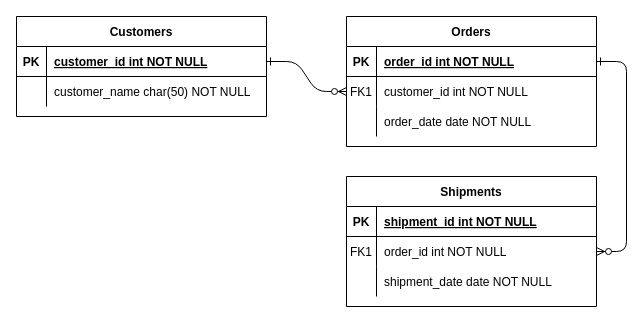
Earlier version of the draw.io diagram Diagrama sem nome.drawio (MateusRBS/ShiftExercise). Source tidied: cells renumbered, new cells numbered last; positions are measured from the earlier drawing's top-left corner, leaving out a move shared by most shapes. Both pictures are drawn from the tidied source at 100%, with x=0, y=0 at pixel (16, 16).
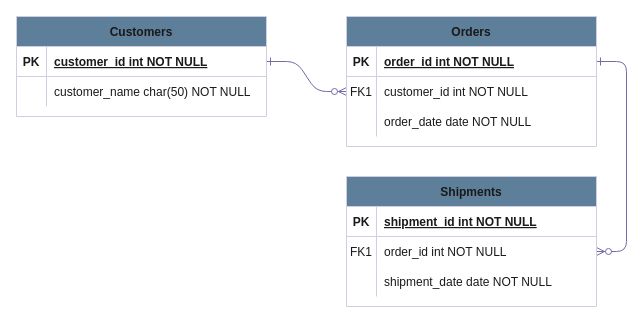
The same diagram, later.

Diff of the diagram source:
```diff
@@
-    <mxCell id="2" style="edgeStyle=entityRelationEdgeStyle;endArrow=ERzeroToMany;startArrow=ERone;endFill=1;startFill=0;" parent="1" edge="1" source="25" target="8">
+    <mxCell id="2" style="edgeStyle=entityRelationEdgeStyle;endArrow=ERzeroToMany;startArrow=ERone;endFill=1;startFill=0;labelBackgroundColor=none;fontColor=default;strokeColor=#736CA8;" parent="1" edge="1" source="25" target="8">
       <mxGeometry relative="1" as="geometry" />
     </mxCell>
-    <mxCell id="3" style="edgeStyle=entityRelationEdgeStyle;endArrow=ERzeroToMany;startArrow=ERone;endFill=1;startFill=0;" parent="1" edge="1" source="5" target="18">
+    <mxCell id="3" style="edgeStyle=entityRelationEdgeStyle;endArrow=ERzeroToMany;startArrow=ERone;endFill=1;startFill=0;labelBackgroundColor=none;fontColor=default;strokeColor=#736CA8;" parent="1" edge="1" source="5" target="18">
       <mxGeometry relative="1" as="geometry" />
     </mxCell>
-    <mxCell id="4" value="Orders" style="shape=table;startSize=30;childLayout=tableLayout;rowLines=0;fontStyle=1;align=center;" parent="1" vertex="1">
+    <mxCell id="4" value="Orders" style="shape=table;startSize=30;childLayout=tableLayout;rowLines=0;fontStyle=1;align=center;labelBackgroundColor=none;fillColor=#5D7F99;strokeColor=#D0CEE2;fontColor=#1A1A1A;" parent="1" vertex="1">
       <mxGeometry x="330" width="250" height="130" as="geometry" />
     </mxCell>
-    <mxCell id="5" style="shape=partialRectangle;fillColor=none;points=[[0,0.5],[1,0.5]];portConstraint=eastwest;top=0;left=0;right=0;bottom=1;" parent="4" vertex="1">
+    <mxCell id="5" style="shape=partialRectangle;fillColor=none;points=[[0,0.5],[1,0.5]];portConstraint=eastwest;top=0;left=0;right=0;bottom=1;labelBackgroundColor=none;strokeColor=#D0CEE2;fontColor=#1A1A1A;" parent="4" vertex="1">
       <mxGeometry y="30" width="250" height="30" as="geometry" />
     </mxCell>
-    <mxCell id="6" value="PK" style="shape=partialRectangle;overflow=hidden;fillColor=none;top=0;left=0;bottom=0;right=0;fontStyle=1;" parent="5" vertex="1">
+    <mxCell id="6" value="PK" style="shape=partialRectangle;overflow=hidden;fillColor=none;top=0;left=0;bottom=0;right=0;fontStyle=1;labelBackgroundColor=none;strokeColor=#D0CEE2;fontColor=#1A1A1A;" parent="5" vertex="1">
       <mxGeometry width="30" height="30" as="geometry" />
     </mxCell>
-    <mxCell id="7" value="order_id int NOT NULL " style="shape=partialRectangle;overflow=hidden;fillColor=none;top=0;left=0;bottom=0;right=0;align=left;spacingLeft=6;fontStyle=5;" parent="5" vertex="1">
+    <mxCell id="7" value="order_id int NOT NULL " style="shape=partialRectangle;overflow=hidden;fillColor=none;top=0;left=0;bottom=0;right=0;align=left;spacingLeft=6;fontStyle=5;labelBackgroundColor=none;strokeColor=#D0CEE2;fontColor=#1A1A1A;" parent="5" vertex="1">
       <mxGeometry x="30" width="220" height="30" as="geometry" />
     </mxCell>
-    <mxCell id="8" style="shape=partialRectangle;fillColor=none;points=[[0,0.5],[1,0.5]];portConstraint=eastwest;top=0;left=0;right=0;bottom=0;" parent="4" vertex="1">
+    <mxCell id="8" style="shape=partialRectangle;fillColor=none;points=[[0,0.5],[1,0.5]];portConstraint=eastwest;top=0;left=0;right=0;bottom=0;labelBackgroundColor=none;strokeColor=#D0CEE2;fontColor=#1A1A1A;" parent="4" vertex="1">
       <mxGeometry y="60" width="250" height="30" as="geometry" />
     </mxCell>
-    <mxCell id="9" value="FK1" style="shape=partialRectangle;overflow=hidden;fillColor=none;top=0;left=0;bottom=0;right=0;" parent="8" vertex="1">
+    <mxCell id="9" value="FK1" style="shape=partialRectangle;overflow=hidden;fillColor=none;top=0;left=0;bottom=0;right=0;labelBackgroundColor=none;strokeColor=#D0CEE2;fontColor=#1A1A1A;" parent="8" vertex="1">
       <mxGeometry width="30" height="30" as="geometry" />
     </mxCell>
-    <mxCell id="10" value="customer_id int NOT NULL" style="shape=partialRectangle;overflow=hidden;fillColor=none;top=0;left=0;bottom=0;right=0;align=left;spacingLeft=6;" parent="8" vertex="1">
+    <mxCell id="10" value="customer_id int NOT NULL" style="shape=partialRectangle;overflow=hidden;fillColor=none;top=0;left=0;bottom=0;right=0;align=left;spacingLeft=6;labelBackgroundColor=none;strokeColor=#D0CEE2;fontColor=#1A1A1A;" parent="8" vertex="1">
       <mxGeometry x="30" width="220" height="30" as="geometry" />
     </mxCell>
-    <mxCell id="11" style="shape=partialRectangle;fillColor=none;top=0;left=0;right=0;bottom=0;" parent="4" vertex="1">
+    <mxCell id="11" style="shape=partialRectangle;fillColor=none;top=0;left=0;right=0;bottom=0;labelBackgroundColor=none;strokeColor=#D0CEE2;fontColor=#1A1A1A;" parent="4" vertex="1">
       <mxGeometry y="90" width="250" height="30" as="geometry" />
     </mxCell>
-    <mxCell id="12" style="shape=partialRectangle;overflow=hidden;fillColor=none;top=0;left=0;bottom=0;right=0;" parent="11" vertex="1">
+    <mxCell id="12" style="shape=partialRectangle;overflow=hidden;fillColor=none;top=0;left=0;bottom=0;right=0;labelBackgroundColor=none;strokeColor=#D0CEE2;fontColor=#1A1A1A;" parent="11" vertex="1">
       <mxGeometry width="30" height="30" as="geometry" />
     </mxCell>
-    <mxCell id="13" value="order_date date NOT NULL" style="shape=partialRectangle;overflow=hidden;fillColor=none;top=0;left=0;bottom=0;right=0;align=left;spacingLeft=6;" parent="11" vertex="1">
+    <mxCell id="13" value="order_date date NOT NULL" style="shape=partialRectangle;overflow=hidden;fillColor=none;top=0;left=0;bottom=0;right=0;align=left;spacingLeft=6;labelBackgroundColor=none;strokeColor=#D0CEE2;fontColor=#1A1A1A;" parent="11" vertex="1">
       <mxGeometry x="30" width="220" height="30" as="geometry" />
     </mxCell>
-    <mxCell id="14" value="Shipments" style="shape=table;startSize=30;childLayout=tableLayout;rowLines=0;fontStyle=1;align=center;" parent="1" vertex="1">
+    <mxCell id="14" value="Shipments" style="shape=table;startSize=30;childLayout=tableLayout;rowLines=0;fontStyle=1;align=center;labelBackgroundColor=none;fillColor=#5D7F99;strokeColor=#D0CEE2;fontColor=#1A1A1A;" parent="1" vertex="1">
       <mxGeometry x="330" y="160" width="250" height="130" as="geometry" />
     </mxCell>
-    <mxCell id="15" style="shape=partialRectangle;fillColor=none;top=0;left=0;right=0;bottom=1;" parent="14" vertex="1">
+    <mxCell id="15" style="shape=partialRectangle;fillColor=none;top=0;left=0;right=0;bottom=1;labelBackgroundColor=none;strokeColor=#D0CEE2;fontColor=#1A1A1A;" parent="14" vertex="1">
       <mxGeometry y="30" width="250" height="30" as="geometry" />
     </mxCell>
-    <mxCell id="16" value="PK" style="shape=partialRectangle;overflow=hidden;fillColor=none;top=0;left=0;bottom=0;right=0;fontStyle=1;" parent="15" vertex="1">
+    <mxCell id="16" value="PK" style="shape=partialRectangle;overflow=hidden;fillColor=none;top=0;left=0;bottom=0;right=0;fontStyle=1;labelBackgroundColor=none;strokeColor=#D0CEE2;fontColor=#1A1A1A;" parent="15" vertex="1">
       <mxGeometry width="30" height="30" as="geometry" />
     </mxCell>
-    <mxCell id="17" value="shipment_id int NOT NULL " style="shape=partialRectangle;overflow=hidden;fillColor=none;top=0;left=0;bottom=0;right=0;align=left;spacingLeft=6;fontStyle=5;" parent="15" vertex="1">
+    <mxCell id="17" value="shipment_id int NOT NULL " style="shape=partialRectangle;overflow=hidden;fillColor=none;top=0;left=0;bottom=0;right=0;align=left;spacingLeft=6;fontStyle=5;labelBackgroundColor=none;strokeColor=#D0CEE2;fontColor=#1A1A1A;" parent="15" vertex="1">
       <mxGeometry x="30" width="220" height="30" as="geometry" />
     </mxCell>
-    <mxCell id="18" style="shape=partialRectangle;fillColor=none;points=[[0,0.5],[1,0.5]];portConstraint=eastwest;top=0;left=0;right=0;bottom=0;" parent="14" vertex="1">
+    <mxCell id="18" style="shape=partialRectangle;fillColor=none;points=[[0,0.5],[1,0.5]];portConstraint=eastwest;top=0;left=0;right=0;bottom=0;labelBackgroundColor=none;strokeColor=#D0CEE2;fontColor=#1A1A1A;" parent="14" vertex="1">
       <mxGeometry y="60" width="250" height="30" as="geometry" />
     </mxCell>
-    <mxCell id="19" value="FK1" style="shape=partialRectangle;overflow=hidden;fillColor=none;top=0;left=0;bottom=0;right=0;" parent="18" vertex="1">
+    <mxCell id="19" value="FK1" style="shape=partialRectangle;overflow=hidden;fillColor=none;top=0;left=0;bottom=0;right=0;labelBackgroundColor=none;strokeColor=#D0CEE2;fontColor=#1A1A1A;" parent="18" vertex="1">
       <mxGeometry width="30" height="30" as="geometry" />
     </mxCell>
-    <mxCell id="20" value="order_id int NOT NULL" style="shape=partialRectangle;overflow=hidden;fillColor=none;top=0;left=0;bottom=0;right=0;align=left;spacingLeft=6;" parent="18" vertex="1">
+    <mxCell id="20" value="order_id int NOT NULL" style="shape=partialRectangle;overflow=hidden;fillColor=none;top=0;left=0;bottom=0;right=0;align=left;spacingLeft=6;labelBackgroundColor=none;strokeColor=#D0CEE2;fontColor=#1A1A1A;" parent="18" vertex="1">
       <mxGeometry x="30" width="220" height="30" as="geometry" />
     </mxCell>
-    <mxCell id="21" style="shape=partialRectangle;fillColor=none;top=0;left=0;right=0;bottom=0;" parent="14" vertex="1">
+    <mxCell id="21" style="shape=partialRectangle;fillColor=none;top=0;left=0;right=0;bottom=0;labelBackgroundColor=none;strokeColor=#D0CEE2;fontColor=#1A1A1A;" parent="14" vertex="1">
       <mxGeometry y="90" width="250" height="30" as="geometry" />
     </mxCell>
-    <mxCell id="22" style="shape=partialRectangle;overflow=hidden;fillColor=none;top=0;left=0;bottom=0;right=0;" parent="21" vertex="1">
+    <mxCell id="22" style="shape=partialRectangle;overflow=hidden;fillColor=none;top=0;left=0;bottom=0;right=0;labelBackgroundColor=none;strokeColor=#D0CEE2;fontColor=#1A1A1A;" parent="21" vertex="1">
       <mxGeometry width="30" height="30" as="geometry" />
     </mxCell>
-    <mxCell id="23" value="shipment_date date NOT NULL" style="shape=partialRectangle;overflow=hidden;fillColor=none;top=0;left=0;bottom=0;right=0;align=left;spacingLeft=6;" parent="21" vertex="1">
+    <mxCell id="23" value="shipment_date date NOT NULL" style="shape=partialRectangle;overflow=hidden;fillColor=none;top=0;left=0;bottom=0;right=0;align=left;spacingLeft=6;labelBackgroundColor=none;strokeColor=#D0CEE2;fontColor=#1A1A1A;" parent="21" vertex="1">
       <mxGeometry x="30" width="220" height="30" as="geometry" />
     </mxCell>
-    <mxCell id="24" value="Customers" style="shape=table;startSize=30;childLayout=tableLayout;rowLines=0;fontStyle=1;align=center;" parent="1" vertex="1">
+    <mxCell id="24" value="Customers" style="shape=table;startSize=30;childLayout=tableLayout;rowLines=0;fontStyle=1;align=center;labelBackgroundColor=none;fillColor=#5D7F99;strokeColor=#D0CEE2;fontColor=#1A1A1A;" parent="1" vertex="1">
       <mxGeometry width="250" height="100" as="geometry" />
     </mxCell>
-    <mxCell id="25" style="shape=partialRectangle;fillColor=none;points=[[0,0.5],[1,0.5]];portConstraint=eastwest;top=0;left=0;right=0;bottom=1;" parent="24" vertex="1">
+    <mxCell id="25" style="shape=partialRectangle;fillColor=none;points=[[0,0.5],[1,0.5]];portConstraint=eastwest;top=0;left=0;right=0;bottom=1;labelBackgroundColor=none;strokeColor=#D0CEE2;fontColor=#1A1A1A;" parent="24" vertex="1">
       <mxGeometry y="30" width="250" height="30" as="geometry" />
     </mxCell>
-    <mxCell id="26" value="PK" style="shape=partialRectangle;overflow=hidden;fillColor=none;top=0;left=0;bottom=0;right=0;fontStyle=1;" parent="25" vertex="1">
+    <mxCell id="26" value="PK" style="shape=partialRectangle;overflow=hidden;fillColor=none;top=0;left=0;bottom=0;right=0;fontStyle=1;labelBackgroundColor=none;strokeColor=#D0CEE2;fontColor=#1A1A1A;" parent="25" vertex="1">
       <mxGeometry width="30" height="30" as="geometry" />
     </mxCell>
-    <mxCell id="27" value="customer_id int NOT NULL " style="shape=partialRectangle;overflow=hidden;fillColor=none;top=0;left=0;bottom=0;right=0;align=left;spacingLeft=6;fontStyle=5;" parent="25" vertex="1">
+    <mxCell id="27" value="customer_id int NOT NULL " style="shape=partialRectangle;overflow=hidden;fillColor=none;top=0;left=0;bottom=0;right=0;align=left;spacingLeft=6;fontStyle=5;labelBackgroundColor=none;strokeColor=#D0CEE2;fontColor=#1A1A1A;" parent="25" vertex="1">
       <mxGeometry x="30" width="220" height="30" as="geometry" />
     </mxCell>
-    <mxCell id="28" style="shape=partialRectangle;fillColor=none;top=0;left=0;right=0;bottom=0;" parent="24" vertex="1">
+    <mxCell id="28" style="shape=partialRectangle;fillColor=none;top=0;left=0;right=0;bottom=0;labelBackgroundColor=none;strokeColor=#D0CEE2;fontColor=#1A1A1A;" parent="24" vertex="1">
       <mxGeometry y="60" width="250" height="30" as="geometry" />
     </mxCell>
-    <mxCell id="29" style="shape=partialRectangle;overflow=hidden;fillColor=none;top=0;left=0;bottom=0;right=0;" parent="28" vertex="1">
+    <mxCell id="29" style="shape=partialRectangle;overflow=hidden;fillColor=none;top=0;left=0;bottom=0;right=0;labelBackgroundColor=none;strokeColor=#D0CEE2;fontColor=#1A1A1A;" parent="28" vertex="1">
       <mxGeometry width="30" height="30" as="geometry" />
     </mxCell>
-    <mxCell id="30" value="customer_name char(50) NOT NULL" style="shape=partialRectangle;overflow=hidden;fillColor=none;top=0;left=0;bottom=0;right=0;align=left;spacingLeft=6;" parent="28" vertex="1">
+    <mxCell id="30" value="customer_name char(50) NOT NULL" style="shape=partialRectangle;overflow=hidden;fillColor=none;top=0;left=0;bottom=0;right=0;align=left;spacingLeft=6;labelBackgroundColor=none;strokeColor=#D0CEE2;fontColor=#1A1A1A;" parent="28" vertex="1">
       <mxGeometry x="30" width="220" height="30" as="geometry" />
     </mxCell>
```
